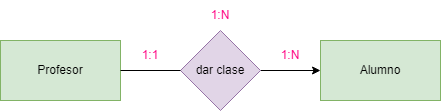
This is Tareas/UD2-INTERPRETACIÓN DE DIAGRAMAS ENTIDAD-RELACIÓN/Ejercicio Básico ER/1profesorAlumno.drawio.png from popadron/base-de-datos, a draw.io export, as it was before one commit. Source tidied: cells renumbered, new cells last; positions are measured from the earlier drawing's top-left corner, leaving out a move shared by most shapes.
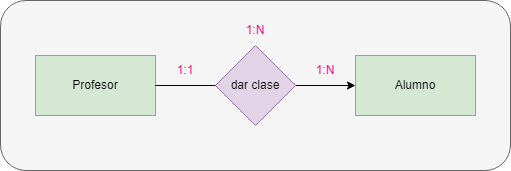
The same file after the commit.

Commit message:
fondo, flechas visibles

Change to the diagram source:
```diff
@@ -2,6 +2,9 @@
   <root>
     <mxCell id="0" />
     <mxCell id="1" parent="0" />
+    <mxCell id="11" style="rounded=1;whiteSpace=wrap;html=1;fillColor=#f5f5f5;fontColor=#333333;strokeColor=#666666;" parent="1" vertex="1">
+      <mxGeometry x="-35" y="-15" width="510" height="170" as="geometry" />
+    </mxCell>
     <mxCell id="2" value="Profesor" style="rounded=0;whiteSpace=wrap;html=1;fillColor=#d5e8d4;strokeColor=#82b366;" parent="1" vertex="1">
       <mxGeometry y="40" width="120" height="60" as="geometry" />
     </mxCell>
```
